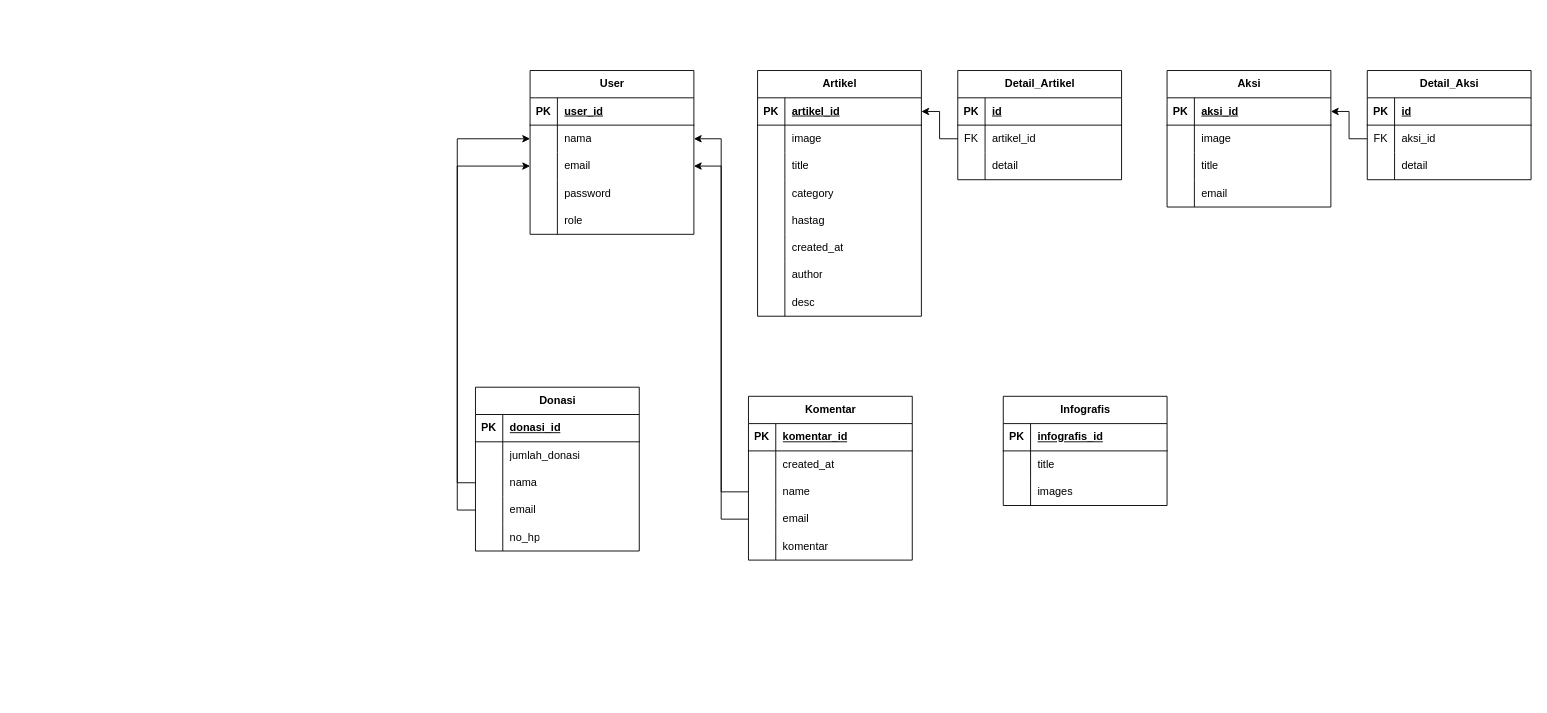
The draw.io diagram Untitled Diagram.drawio in Fe27-Environthink/BE-Environthink, before the edit. Source tidied: cells renumbered, new cells numbered last; positions are measured from the earlier drawing's top-left corner, leaving out a move shared by most shapes. Both pictures are drawn from the tidied source at 91%, with x=0, y=0 at pixel (475, 70).
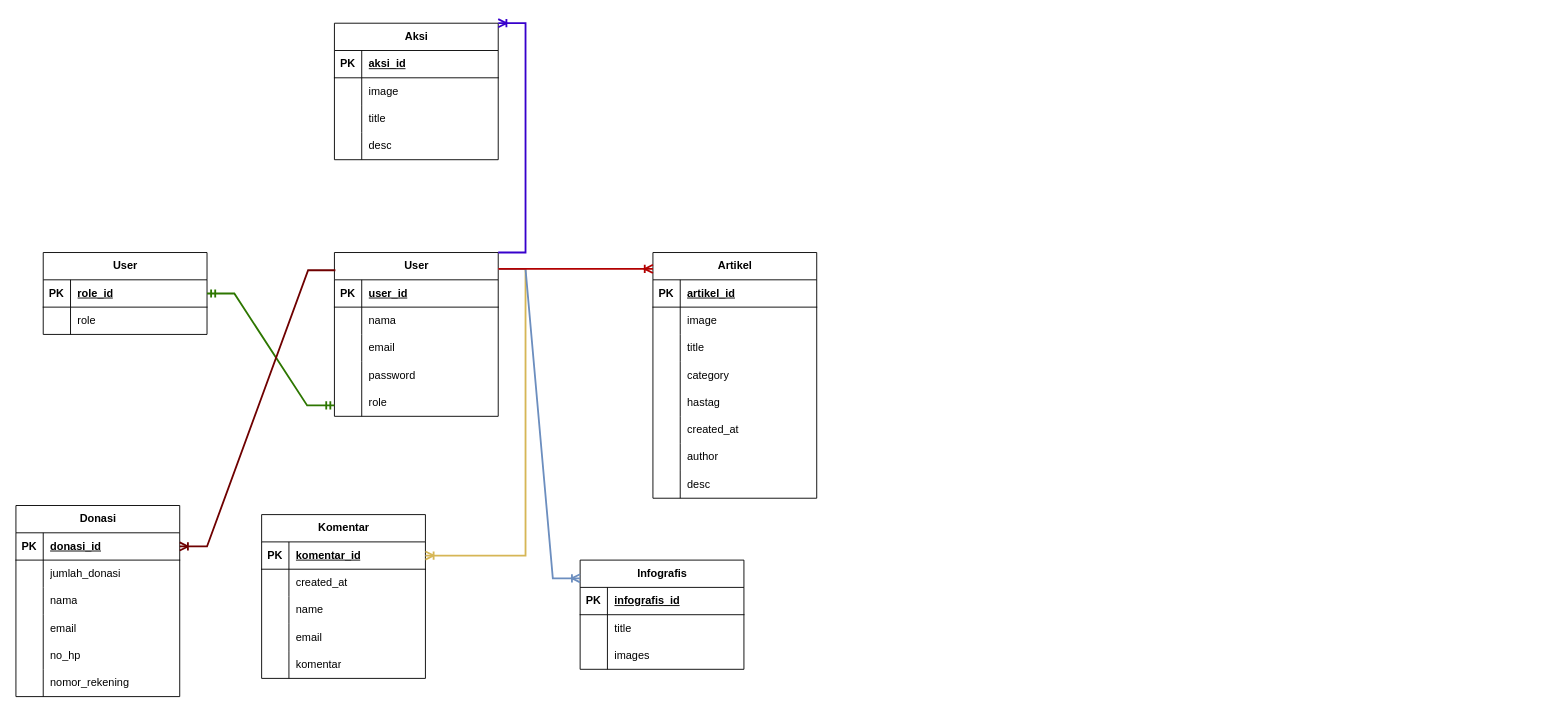
After the change.

Unchanged cells that the change refers to:
```xml
<mxCell id="3" style="shape=tableRow;horizontal=0;startSize=0;swimlaneHead=0;swimlaneBody=0;fillColor=none;points=[[0,0.5],[1,0.5]];portConstraint=eastwest;top=0;left=0;right=0;bottom=1;" parent="2" vertex="1">
  <mxGeometry y="30" width="180" height="30" as="geometry" />
</mxCell>
<mxCell id="31" style="shape=tableRow;horizontal=0;startSize=0;swimlaneHead=0;swimlaneBody=0;fillColor=none;points=[[0,0.5],[1,0.5]];portConstraint=eastwest;top=0;left=0;right=0;bottom=0;" parent="27" vertex="1">
  <mxGeometry y="60" width="180" height="30" as="geometry" />
</mxCell>
<mxCell id="34" style="shape=tableRow;horizontal=0;startSize=0;swimlaneHead=0;swimlaneBody=0;fillColor=none;points=[[0,0.5],[1,0.5]];portConstraint=eastwest;top=0;left=0;right=0;bottom=0;" parent="27" vertex="1">
  <mxGeometry y="90" width="180" height="30" as="geometry" />
</mxCell>
<mxCell id="45" style="shape=tableRow;horizontal=0;startSize=0;swimlaneHead=0;swimlaneBody=0;fillColor=none;points=[[0,0.5],[1,0.5]];portConstraint=eastwest;top=0;left=0;right=0;bottom=1;" parent="44" vertex="1">
  <mxGeometry y="30" width="180" height="30" as="geometry" />
</mxCell>
<mxCell id="54" style="shape=tableRow;horizontal=0;startSize=0;swimlaneHead=0;swimlaneBody=0;fillColor=none;top=0;left=0;right=0;bottom=0;" parent="44" vertex="1">
  <mxGeometry y="120" width="180" height="30" as="geometry" />
</mxCell>
<mxCell id="58" style="shape=tableRow;horizontal=0;startSize=0;swimlaneHead=0;swimlaneBody=0;fillColor=none;points=[[0,0.5],[1,0.5]];portConstraint=eastwest;top=0;left=0;right=0;bottom=1;" parent="57" vertex="1">
  <mxGeometry y="30" width="180" height="30" as="geometry" />
</mxCell>
<mxCell id="64" style="shape=tableRow;horizontal=0;startSize=0;swimlaneHead=0;swimlaneBody=0;fillColor=none;points=[[0,0.5],[1,0.5]];portConstraint=eastwest;top=0;left=0;right=0;bottom=0;" parent="57" vertex="1">
  <mxGeometry y="90" width="180" height="30" as="geometry" />
</mxCell>
<mxCell id="67" style="shape=tableRow;horizontal=0;startSize=0;swimlaneHead=0;swimlaneBody=0;fillColor=none;points=[[0,0.5],[1,0.5]];portConstraint=eastwest;top=0;left=0;right=0;bottom=0;" parent="57" vertex="1">
  <mxGeometry y="120" width="180" height="30" as="geometry" />
</mxCell>
<mxCell id="84" style="shape=tableRow;horizontal=0;startSize=0;swimlaneHead=0;swimlaneBody=0;fillColor=none;points=[[0,0.5],[1,0.5]];portConstraint=eastwest;top=0;left=0;right=0;bottom=1;" parent="83" vertex="1">
  <mxGeometry y="30" width="180" height="30" as="geometry" />
</mxCell>
<mxCell id="90" style="shape=tableRow;horizontal=0;startSize=0;swimlaneHead=0;swimlaneBody=0;fillColor=none;points=[[0,0.5],[1,0.5]];portConstraint=eastwest;top=0;left=0;right=0;bottom=0;" parent="83" vertex="1">
  <mxGeometry y="90" width="180" height="30" as="geometry" />
</mxCell>
<mxCell id="93" style="shape=tableRow;horizontal=0;startSize=0;swimlaneHead=0;swimlaneBody=0;fillColor=none;points=[[0,0.5],[1,0.5]];portConstraint=eastwest;top=0;left=0;right=0;bottom=0;" parent="83" vertex="1">
  <mxGeometry y="120" width="180" height="30" as="geometry" />
</mxCell>
```

Diff of the diagram source:
```diff
@@
     <mxCell id="2" value="Artikel" style="shape=table;startSize=30;childLayout=tableLayout;rowLines=0;fontStyle=1;align=center;html=1;" parent="1" vertex="1">
-      <mxGeometry x="310" width="180" height="270" as="geometry" />
+      <mxGeometry x="195" y="200" width="180" height="270" as="geometry" />
     </mxCell>
@@
     <mxCell id="27" value="User" style="shape=table;startSize=30;childLayout=tableLayout;rowLines=0;fontStyle=1;align=center;html=1;" parent="1" vertex="1">
-      <mxGeometry x="60" width="180" height="180" as="geometry" />
+      <mxGeometry x="-155" y="200" width="180" height="180" as="geometry" />
     </mxCell>
@@
     <mxCell id="43" value="role" style="shape=partialRectangle;fillColor=none;top=0;left=0;bottom=0;right=0;align=left;spacingLeft=6;overflow=hidden;whiteSpace=wrap;html=1;" parent="1" vertex="1">
-      <mxGeometry x="90" y="150" width="150" height="30" as="geometry" />
+      <mxGeometry x="-125" y="350" width="150" height="30" as="geometry" />
     </mxCell>
     <mxCell id="44" value="Aksi" style="shape=table;startSize=30;childLayout=tableLayout;rowLines=0;fontStyle=1;align=center;html=1;" parent="1" vertex="1">
-      <mxGeometry x="760" width="180" height="150" as="geometry" />
+      <mxGeometry x="-155" y="-52" width="180" height="150" as="geometry" />
     </mxCell>
@@
-    <mxCell id="56" value="email" style="shape=partialRectangle;fillColor=none;top=0;left=0;bottom=0;right=0;align=left;spacingLeft=6;overflow=hidden;whiteSpace=wrap;html=1;" parent="54" vertex="1">
+    <mxCell id="56" value="desc" style="shape=partialRectangle;fillColor=none;top=0;left=0;bottom=0;right=0;align=left;spacingLeft=6;overflow=hidden;whiteSpace=wrap;html=1;" parent="54" vertex="1">
       <mxGeometry x="30" width="150" height="30" as="geometry" />
     </mxCell>
     <mxCell id="57" value="Donasi" style="shape=table;startSize=30;childLayout=tableLayout;rowLines=0;fontStyle=1;align=center;html=1;" parent="1" vertex="1">
-      <mxGeometry y="348" width="180" height="180" as="geometry" />
+      <mxGeometry x="-505" y="478" width="180" height="210" as="geometry" />
     </mxCell>
@@
-    <mxCell id="73" value="Detail_Aksi" style="shape=table;startSize=30;childLayout=tableLayout;rowLines=0;fontStyle=1;align=center;html=1;" parent="1" vertex="1">
-      <mxGeometry x="980" width="180" height="120" as="geometry" />
-    </mxCell>
-    <mxCell id="74" style="shape=tableRow;horizontal=0;startSize=0;swimlaneHead=0;swimlaneBody=0;fillColor=none;top=0;left=0;right=0;bottom=1;" parent="73" vertex="1">
-      <mxGeometry y="30" width="180" height="30" as="geometry" />
-    </mxCell>
-    <mxCell id="75" value="PK" style="shape=partialRectangle;fillColor=none;top=0;left=0;bottom=0;right=0;fontStyle=1;overflow=hidden;whiteSpace=wrap;html=1;" parent="74" vertex="1">
-      <mxGeometry width="30" height="30" as="geometry" />
-    </mxCell>
-    <mxCell id="76" value="id" style="shape=partialRectangle;fillColor=none;top=0;left=0;bottom=0;right=0;align=left;spacingLeft=6;fontStyle=5;overflow=hidden;whiteSpace=wrap;html=1;" parent="74" vertex="1">
-      <mxGeometry x="30" width="150" height="30" as="geometry" />
-    </mxCell>
-    <mxCell id="77" style="shape=tableRow;horizontal=0;startSize=0;swimlaneHead=0;swimlaneBody=0;fillColor=none;points=[[0,0.5],[1,0.5]];portConstraint=eastwest;top=0;left=0;right=0;bottom=0;" parent="73" vertex="1">
-      <mxGeometry y="60" width="180" height="30" as="geometry" />
-    </mxCell>
-    <mxCell id="78" value="FK" style="shape=partialRectangle;fillColor=none;top=0;left=0;bottom=0;right=0;overflow=hidden;whiteSpace=wrap;html=1;" parent="77" vertex="1">
-      <mxGeometry width="30" height="30" as="geometry" />
-    </mxCell>
-    <mxCell id="79" value="aksi_id" style="shape=partialRectangle;fillColor=none;top=0;left=0;bottom=0;right=0;align=left;spacingLeft=6;overflow=hidden;whiteSpace=wrap;html=1;" parent="77" vertex="1">
-      <mxGeometry x="30" width="150" height="30" as="geometry" />
-    </mxCell>
-    <mxCell id="80" style="shape=tableRow;horizontal=0;startSize=0;swimlaneHead=0;swimlaneBody=0;fillColor=none;top=0;left=0;right=0;bottom=0;" parent="73" vertex="1">
-      <mxGeometry y="90" width="180" height="30" as="geometry" />
-    </mxCell>
-    <mxCell id="81" style="shape=partialRectangle;fillColor=none;top=0;left=0;bottom=0;right=0;overflow=hidden;whiteSpace=wrap;html=1;" parent="80" vertex="1">
-      <mxGeometry width="30" height="30" as="geometry" />
-    </mxCell>
-    <mxCell id="82" value="detail" style="shape=partialRectangle;fillColor=none;top=0;left=0;bottom=0;right=0;align=left;spacingLeft=6;overflow=hidden;whiteSpace=wrap;html=1;" parent="80" vertex="1">
-      <mxGeometry x="30" width="150" height="30" as="geometry" />
-    </mxCell>
+    <mxCell id="125" style="shape=tableRow;horizontal=0;startSize=0;swimlaneHead=0;swimlaneBody=0;fillColor=none;top=0;left=0;right=0;bottom=0;" parent="57" vertex="1">
+      <mxGeometry y="180" width="180" height="30" as="geometry" />
+    </mxCell>
+    <mxCell id="126" style="shape=partialRectangle;fillColor=none;top=0;left=0;bottom=0;right=0;overflow=hidden;whiteSpace=wrap;html=1;" parent="125" vertex="1">
+      <mxGeometry width="30" height="30" as="geometry" />
+    </mxCell>
+    <mxCell id="127" value="nomor_rekening" style="shape=partialRectangle;fillColor=none;top=0;left=0;bottom=0;right=0;align=left;spacingLeft=6;overflow=hidden;whiteSpace=wrap;html=1;" parent="125" vertex="1">
+      <mxGeometry x="30" width="150" height="30" as="geometry" />
+    </mxCell>
     <mxCell id="83" value="Komentar" style="shape=table;startSize=30;childLayout=tableLayout;rowLines=0;fontStyle=1;align=center;html=1;" parent="1" vertex="1">
-      <mxGeometry x="300" y="358" width="180" height="180" as="geometry" />
+      <mxGeometry x="-235" y="488" width="180" height="180" as="geometry" />
     </mxCell>
@@
     <mxCell id="99" value="Infografis" style="shape=table;startSize=30;childLayout=tableLayout;rowLines=0;fontStyle=1;align=center;html=1;" parent="1" vertex="1">
-      <mxGeometry x="580" y="358" width="180" height="120" as="geometry" />
+      <mxGeometry x="115" y="538" width="180" height="120" as="geometry" />
     </mxCell>
@@
-    <mxCell id="109" value="Detail_Artikel" style="shape=table;startSize=30;childLayout=tableLayout;rowLines=0;fontStyle=1;align=center;html=1;" parent="1" vertex="1">
-      <mxGeometry x="530" width="180" height="120" as="geometry" />
-    </mxCell>
-    <mxCell id="110" style="shape=tableRow;horizontal=0;startSize=0;swimlaneHead=0;swimlaneBody=0;fillColor=none;top=0;left=0;right=0;bottom=1;" parent="109" vertex="1">
-      <mxGeometry y="30" width="180" height="30" as="geometry" />
-    </mxCell>
-    <mxCell id="111" value="PK" style="shape=partialRectangle;fillColor=none;top=0;left=0;bottom=0;right=0;fontStyle=1;overflow=hidden;whiteSpace=wrap;html=1;" parent="110" vertex="1">
-      <mxGeometry width="30" height="30" as="geometry" />
-    </mxCell>
-    <mxCell id="112" value="id" style="shape=partialRectangle;fillColor=none;top=0;left=0;bottom=0;right=0;align=left;spacingLeft=6;fontStyle=5;overflow=hidden;whiteSpace=wrap;html=1;" parent="110" vertex="1">
-      <mxGeometry x="30" width="150" height="30" as="geometry" />
-    </mxCell>
-    <mxCell id="113" style="shape=tableRow;horizontal=0;startSize=0;swimlaneHead=0;swimlaneBody=0;fillColor=none;points=[[0,0.5],[1,0.5]];portConstraint=eastwest;top=0;left=0;right=0;bottom=0;" parent="109" vertex="1">
-      <mxGeometry y="60" width="180" height="30" as="geometry" />
-    </mxCell>
-    <mxCell id="114" value="FK" style="shape=partialRectangle;fillColor=none;top=0;left=0;bottom=0;right=0;overflow=hidden;whiteSpace=wrap;html=1;" parent="113" vertex="1">
-      <mxGeometry width="30" height="30" as="geometry" />
-    </mxCell>
-    <mxCell id="115" value="artikel_id" style="shape=partialRectangle;fillColor=none;top=0;left=0;bottom=0;right=0;align=left;spacingLeft=6;overflow=hidden;whiteSpace=wrap;html=1;" parent="113" vertex="1">
-      <mxGeometry x="30" width="150" height="30" as="geometry" />
-    </mxCell>
-    <mxCell id="116" style="shape=tableRow;horizontal=0;startSize=0;swimlaneHead=0;swimlaneBody=0;fillColor=none;top=0;left=0;right=0;bottom=0;" parent="109" vertex="1">
-      <mxGeometry y="90" width="180" height="30" as="geometry" />
-    </mxCell>
-    <mxCell id="117" style="shape=partialRectangle;fillColor=none;top=0;left=0;bottom=0;right=0;overflow=hidden;whiteSpace=wrap;html=1;" parent="116" vertex="1">
-      <mxGeometry width="30" height="30" as="geometry" />
-    </mxCell>
-    <mxCell id="118" value="detail" style="shape=partialRectangle;fillColor=none;top=0;left=0;bottom=0;right=0;align=left;spacingLeft=6;overflow=hidden;whiteSpace=wrap;html=1;" parent="116" vertex="1">
-      <mxGeometry x="30" width="150" height="30" as="geometry" />
-    </mxCell>
-    <mxCell id="119" style="edgeStyle=orthogonalEdgeStyle;rounded=0;jettySize=auto;html=1;exitX=0;exitY=0.5;exitDx=0;exitDy=0;entryX=1;entryY=0.5;entryDx=0;entryDy=0;" parent="1" edge="1" source="113" target="3">
-      <mxGeometry relative="1" as="geometry" />
-    </mxCell>
-    <mxCell id="120" style="edgeStyle=orthogonalEdgeStyle;rounded=0;jettySize=auto;html=1;exitX=0;exitY=0.5;exitDx=0;exitDy=0;entryX=1;entryY=0.5;entryDx=0;entryDy=0;" parent="1" edge="1" source="77" target="45">
-      <mxGeometry relative="1" as="geometry" />
-    </mxCell>
-    <mxCell id="121" style="edgeStyle=orthogonalEdgeStyle;rounded=0;jettySize=auto;html=1;exitX=0;exitY=0.5;exitDx=0;exitDy=0;entryX=1;entryY=0.5;entryDx=0;entryDy=0;" parent="1" edge="1" source="90" target="31">
-      <mxGeometry relative="1" as="geometry" />
-    </mxCell>
-    <mxCell id="122" style="edgeStyle=orthogonalEdgeStyle;rounded=0;jettySize=auto;html=1;exitX=0;exitY=0.5;exitDx=0;exitDy=0;entryX=1;entryY=0.5;entryDx=0;entryDy=0;" parent="1" edge="1" source="93" target="34">
-      <mxGeometry relative="1" as="geometry" />
-    </mxCell>
-    <mxCell id="123" style="edgeStyle=orthogonalEdgeStyle;rounded=0;jettySize=auto;html=1;exitX=0;exitY=0.5;exitDx=0;exitDy=0;entryX=0;entryY=0.5;entryDx=0;entryDy=0;" parent="1" edge="1" source="64" target="31">
-      <mxGeometry relative="1" as="geometry" />
-    </mxCell>
-    <mxCell id="124" style="edgeStyle=orthogonalEdgeStyle;rounded=0;jettySize=auto;html=1;exitX=0;exitY=0.5;exitDx=0;exitDy=0;entryX=0;entryY=0.5;entryDx=0;entryDy=0;" parent="1" edge="1" source="67" target="34">
-      <mxGeometry relative="1" as="geometry" />
-    </mxCell>
+    <mxCell id="128" value="User" style="shape=table;startSize=30;childLayout=tableLayout;rowLines=0;fontStyle=1;align=center;html=1;" parent="1" vertex="1">
+      <mxGeometry x="-475" y="200" width="180" height="90" as="geometry" />
+    </mxCell>
+    <mxCell id="129" style="shape=tableRow;horizontal=0;startSize=0;swimlaneHead=0;swimlaneBody=0;fillColor=none;points=[[0,0.5],[1,0.5]];portConstraint=eastwest;top=0;left=0;right=0;bottom=1;" parent="128" vertex="1">
+      <mxGeometry y="30" width="180" height="30" as="geometry" />
+    </mxCell>
+    <mxCell id="130" value="PK" style="shape=partialRectangle;fillColor=none;top=0;left=0;bottom=0;right=0;fontStyle=1;overflow=hidden;whiteSpace=wrap;html=1;" parent="129" vertex="1">
+      <mxGeometry width="30" height="30" as="geometry" />
+    </mxCell>
+    <mxCell id="131" value="role_id" style="shape=partialRectangle;fillColor=none;top=0;left=0;bottom=0;right=0;align=left;spacingLeft=6;fontStyle=5;overflow=hidden;whiteSpace=wrap;html=1;" parent="129" vertex="1">
+      <mxGeometry x="30" width="150" height="30" as="geometry" />
+    </mxCell>
+    <mxCell id="132" style="shape=tableRow;horizontal=0;startSize=0;swimlaneHead=0;swimlaneBody=0;fillColor=none;top=0;left=0;right=0;bottom=0;" parent="128" vertex="1">
+      <mxGeometry y="60" width="180" height="30" as="geometry" />
+    </mxCell>
+    <mxCell id="133" style="shape=partialRectangle;fillColor=none;top=0;left=0;bottom=0;right=0;overflow=hidden;whiteSpace=wrap;html=1;" parent="132" vertex="1">
+      <mxGeometry width="30" height="30" as="geometry" />
+    </mxCell>
+    <mxCell id="134" value="role" style="shape=partialRectangle;fillColor=none;top=0;left=0;bottom=0;right=0;align=left;spacingLeft=6;overflow=hidden;whiteSpace=wrap;html=1;" parent="132" vertex="1">
+      <mxGeometry x="30" width="150" height="30" as="geometry" />
+    </mxCell>
+    <mxCell id="135" style="edgeStyle=entityRelationEdgeStyle;fontSize=12;html=1;endArrow=ERmandOne;startArrow=ERmandOne;rounded=0;exitX=1;exitY=0.5;exitDx=0;exitDy=0;fillColor=#60a917;strokeColor=#2D7600;strokeWidth=2;" parent="1" edge="1" source="129">
+      <mxGeometry relative="1" as="geometry">
+        <mxPoint x="-155" y="368" as="targetPoint" />
+      </mxGeometry>
+    </mxCell>
+    <mxCell id="136" style="edgeStyle=entityRelationEdgeStyle;fontSize=12;html=1;endArrow=ERoneToMany;rounded=0;entryX=1;entryY=0.5;entryDx=0;entryDy=0;exitX=0.006;exitY=0.108;exitDx=0;exitDy=0;exitPerimeter=0;fillColor=#a20025;strokeColor=#6F0000;strokeWidth=2;" parent="1" edge="1" source="27" target="58">
+      <mxGeometry relative="1" as="geometry" />
+    </mxCell>
+    <mxCell id="137" style="edgeStyle=entityRelationEdgeStyle;fontSize=12;html=1;endArrow=ERoneToMany;rounded=0;entryX=1;entryY=0.5;entryDx=0;entryDy=0;fillColor=#fff2cc;strokeColor=#d6b656;strokeWidth=2;" parent="1" edge="1" target="84">
+      <mxGeometry relative="1" as="geometry">
+        <mxPoint x="25" y="218" as="sourcePoint" />
+      </mxGeometry>
+    </mxCell>
+    <mxCell id="138" style="edgeStyle=entityRelationEdgeStyle;fontSize=12;html=1;endArrow=ERoneToMany;rounded=0;exitX=1;exitY=0.1;exitDx=0;exitDy=0;exitPerimeter=0;fillColor=#dae8fc;strokeColor=#6c8ebf;strokeWidth=2;" parent="1" edge="1" source="27">
+      <mxGeometry relative="1" as="geometry">
+        <mxPoint x="115" y="558" as="targetPoint" />
+      </mxGeometry>
+    </mxCell>
+    <mxCell id="139" style="edgeStyle=entityRelationEdgeStyle;fontSize=12;html=1;endArrow=ERoneToMany;rounded=0;fillColor=#e51400;strokeColor=#B20000;strokeWidth=2;" parent="1" edge="1">
+      <mxGeometry relative="1" as="geometry">
+        <mxPoint x="25" y="218" as="sourcePoint" />
+        <mxPoint x="195" y="218" as="targetPoint" />
+      </mxGeometry>
+    </mxCell>
+    <mxCell id="140" style="edgeStyle=entityRelationEdgeStyle;fontSize=12;html=1;endArrow=ERoneToMany;rounded=0;entryX=1;entryY=0;entryDx=0;entryDy=0;exitX=1;exitY=0;exitDx=0;exitDy=0;fillColor=#6a00ff;strokeColor=#3700CC;strokeWidth=2;" parent="1" edge="1" source="27" target="44">
+      <mxGeometry relative="1" as="geometry" />
+    </mxCell>
```
